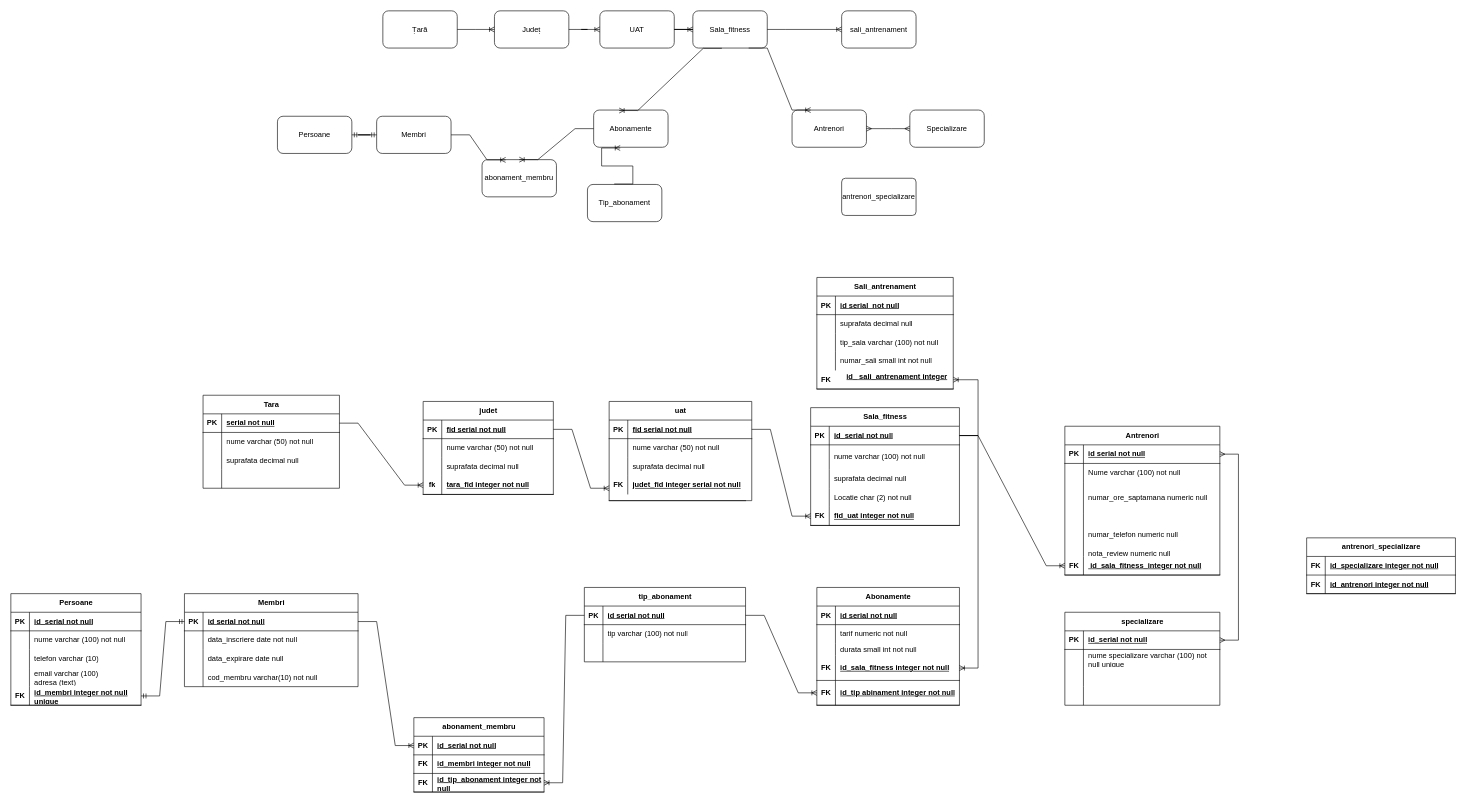
Earlier version of the draw.io diagram Untitled Diagram.drawio (AndreeaPatrauvt/examen_sem1_Patra). Source tidied: cells renumbered, new cells numbered last; positions are measured from the earlier drawing's top-left corner, leaving out a move shared by most shapes. Both pictures are drawn from the tidied source at 62%, with x=0, y=0 at pixel (11, 11).
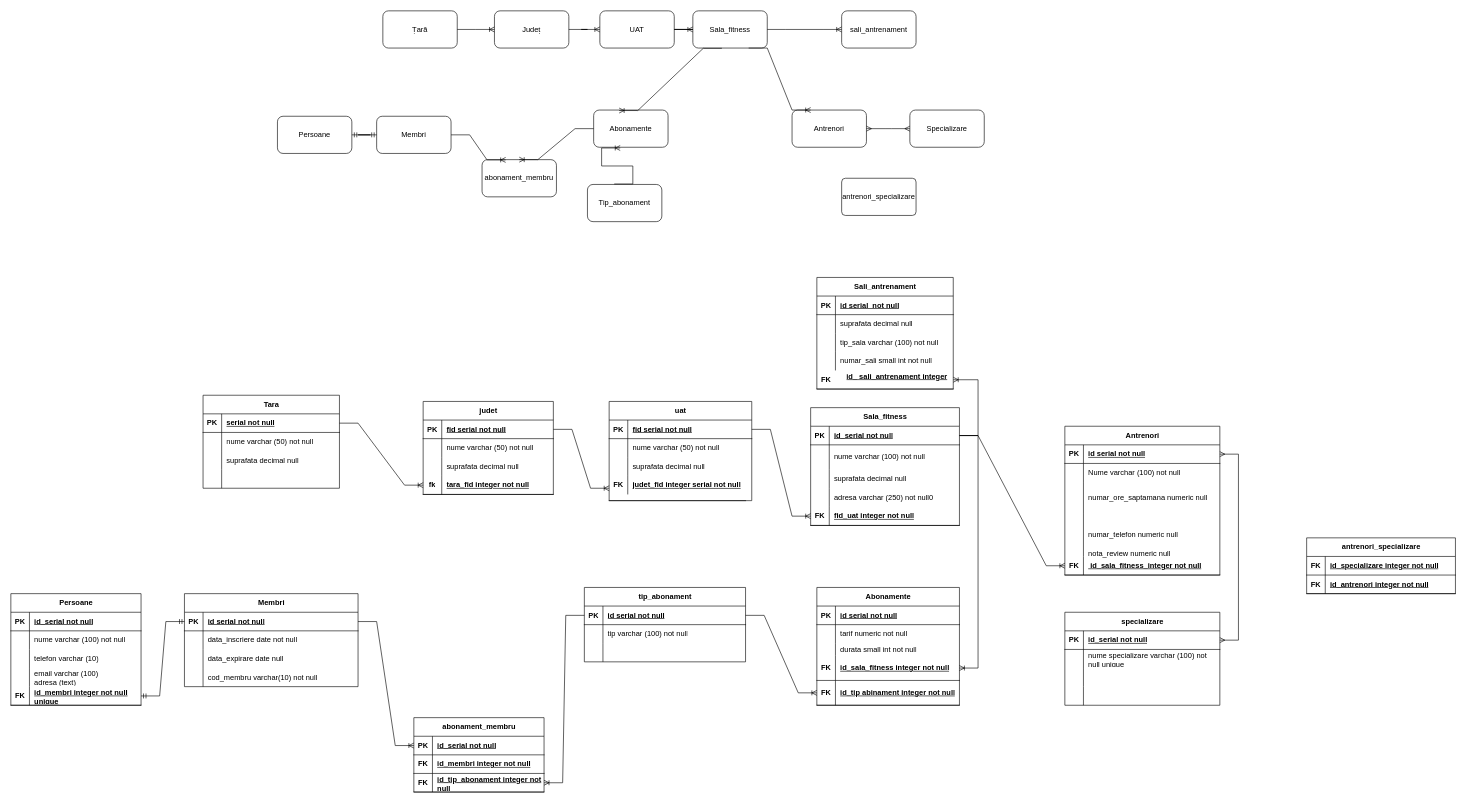
The same page after the edit.

Unchanged cells that the change refers to:
```xml
<mxCell id="82" style="shape=tableRow;horizontal=0;startSize=0;swimlaneHead=0;swimlaneBody=0;fillColor=none;top=0;left=0;right=0;bottom=0;" parent="72" vertex="1">
  <mxGeometry y="130" width="240" height="30" as="geometry" />
</mxCell>
```

The edit, as a diff of the source:
```diff
@@
-    <mxCell id="84" value="Locatie char (2) not null" style="shape=partialRectangle;fillColor=none;top=0;left=0;bottom=0;right=0;align=left;spacingLeft=6;overflow=hidden;whiteSpace=wrap;html=1;" parent="82" vertex="1">
+    <mxCell id="84" value="adresa varchar (250) not null0" style="shape=partialRectangle;fillColor=none;top=0;left=0;bottom=0;right=0;align=left;spacingLeft=6;overflow=hidden;whiteSpace=wrap;html=1;" parent="82" vertex="1">
       <mxGeometry x="30" width="210" height="30" as="geometry" />
     </mxCell>
```
